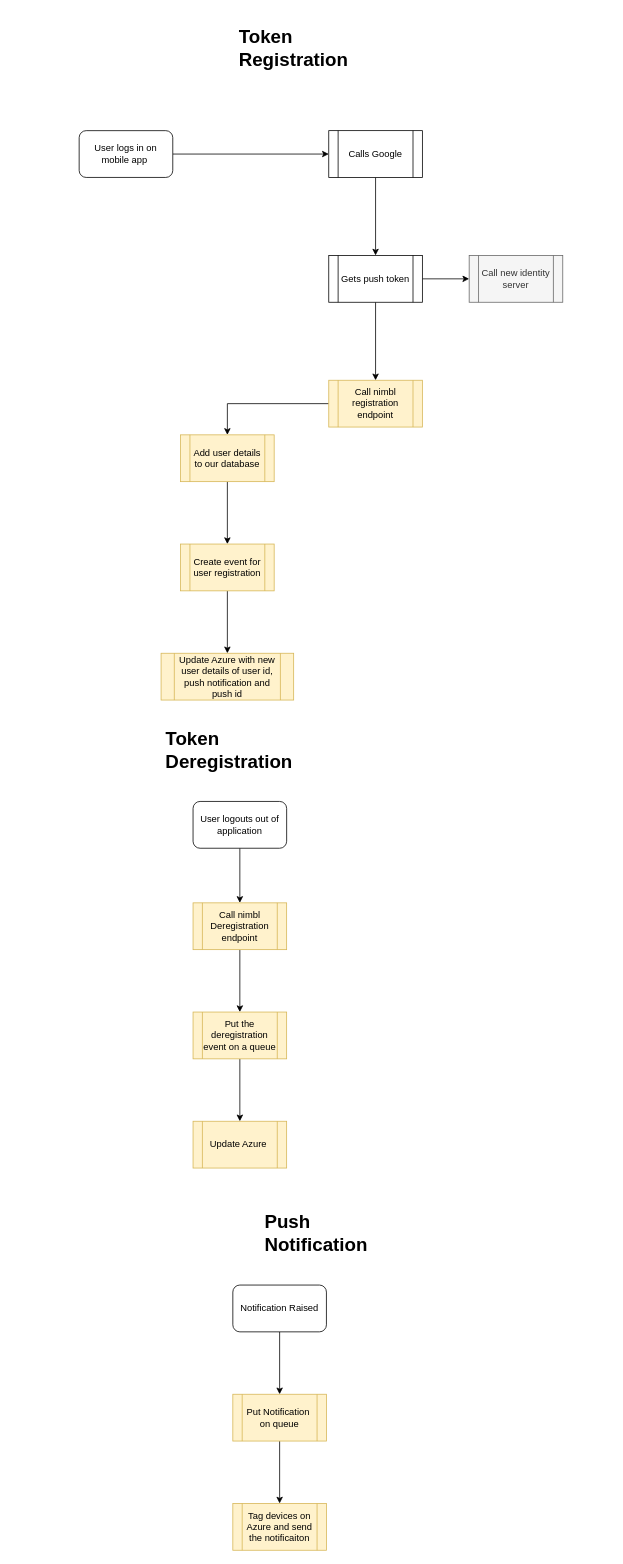
Above: CaxtonPushNotifications.drawio in mattwatts36/drawings (draw.io), before the change. Source tidied: cells renumbered, new cells numbered last; positions are measured from the earlier drawing's top-left corner, leaving out a move shared by most shapes. Both pictures are drawn from the tidied source at 78%, with x=0, y=0 at pixel (79, 21).
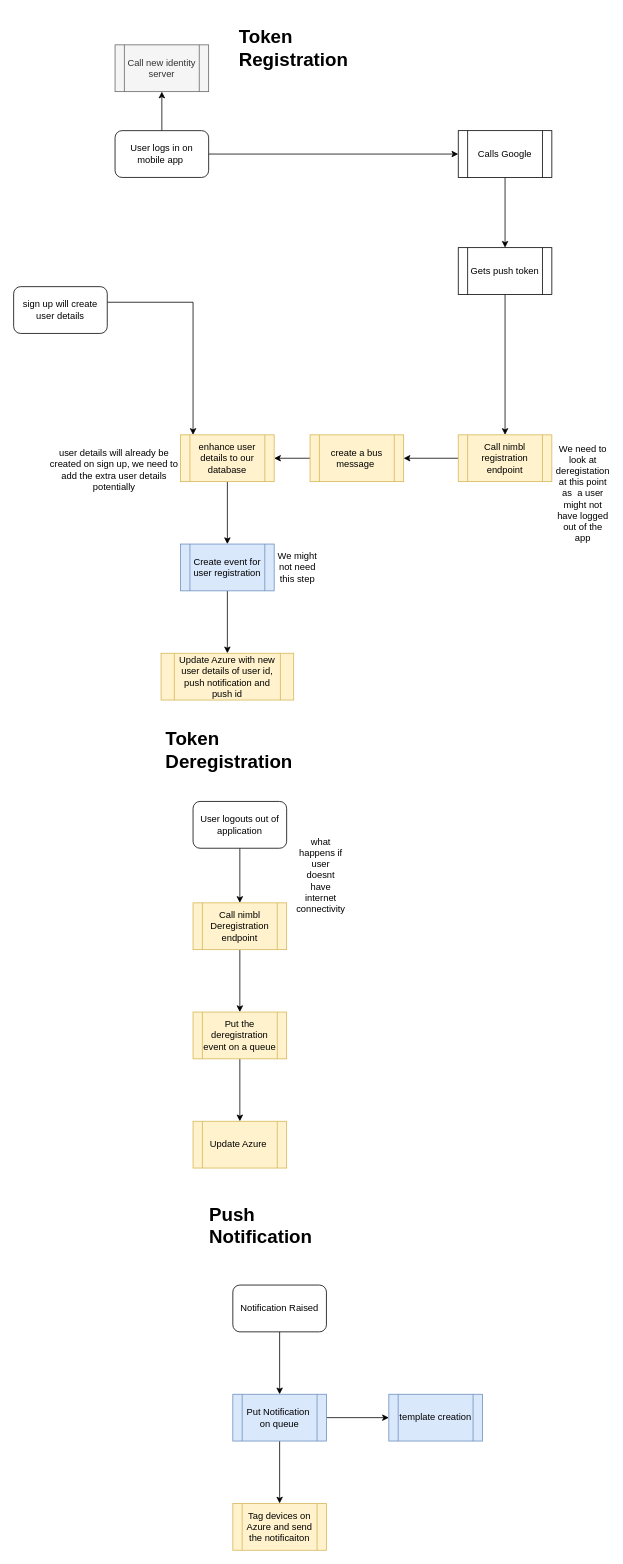
The same page after the edit.

Commit message:
add extra step for a bus message

Diff of the diagram source:
```diff
@@
+    <mxCell id="32" style="edgeStyle=orthogonalEdgeStyle;rounded=0;jettySize=auto;html=1;" parent="1" edge="1" source="3" target="13">
+      <mxGeometry relative="1" as="geometry" />
+    </mxCell>
     <mxCell id="3" value="User logs in on mobile app&amp;nbsp;" style="rounded=1;whiteSpace=wrap;html=1;" parent="1" vertex="1">
-      <mxGeometry y="140" width="120" height="60" as="geometry" />
+      <mxGeometry x="46" y="140" width="120" height="60" as="geometry" />
     </mxCell>
@@
     <mxCell id="5" value="Calls Google" style="shape=process;whiteSpace=wrap;html=1;backgroundOutline=1;" parent="1" vertex="1">
-      <mxGeometry x="320" y="140" width="120" height="60" as="geometry" />
+      <mxGeometry x="486" y="140" width="120" height="60" as="geometry" />
     </mxCell>
@@
-    <mxCell id="7" style="edgeStyle=orthogonalEdgeStyle;rounded=0;jettySize=auto;html=1;" parent="1" edge="1" source="8" target="13">
-      <mxGeometry relative="1" as="geometry" />
-    </mxCell>
     <mxCell id="8" value="Gets push token" style="shape=process;whiteSpace=wrap;html=1;backgroundOutline=1;" parent="1" vertex="1">
-      <mxGeometry x="320" y="300" width="120" height="60" as="geometry" />
+      <mxGeometry x="486" y="290" width="120" height="60" as="geometry" />
     </mxCell>
-    <mxCell id="9" style="edgeStyle=orthogonalEdgeStyle;rounded=0;jettySize=auto;html=1;entryX=0.5;entryY=0;entryDx=0;entryDy=0;" parent="1" edge="1" source="10" target="12">
-      <mxGeometry relative="1" as="geometry" />
-    </mxCell>
+    <mxCell id="33" style="edgeStyle=orthogonalEdgeStyle;rounded=0;jettySize=auto;html=1;" parent="1" edge="1" source="10" target="41">
+      <mxGeometry relative="1" as="geometry" />
+    </mxCell>
     <mxCell id="10" value="Call nimbl registration endpoint" style="shape=process;whiteSpace=wrap;html=1;backgroundOutline=1;fillColor=#fff2cc;strokeColor=#d6b656;" parent="1" vertex="1">
-      <mxGeometry x="320" y="460" width="120" height="60" as="geometry" />
+      <mxGeometry x="486" y="530" width="120" height="60" as="geometry" />
     </mxCell>
@@
-    <mxCell id="12" value="Add user details to our database" style="shape=process;whiteSpace=wrap;html=1;backgroundOutline=1;fillColor=#fff2cc;strokeColor=#d6b656;" parent="1" vertex="1">
+    <mxCell id="12" value="enhance user details to our database" style="shape=process;whiteSpace=wrap;html=1;backgroundOutline=1;fillColor=#fff2cc;strokeColor=#d6b656;" parent="1" vertex="1">
       <mxGeometry x="130" y="530" width="120" height="60" as="geometry" />
     </mxCell>
     <mxCell id="13" value="Call new identity server" style="shape=process;whiteSpace=wrap;html=1;backgroundOutline=1;fillColor=#f5f5f5;fontColor=#333333;strokeColor=#666666;" parent="1" vertex="1">
-      <mxGeometry x="500" y="300" width="120" height="60" as="geometry" />
+      <mxGeometry x="46" y="30" width="120" height="60" as="geometry" />
     </mxCell>
@@
-    <mxCell id="15" value="Create event for user registration" style="shape=process;whiteSpace=wrap;html=1;backgroundOutline=1;fillColor=#fff2cc;strokeColor=#d6b656;" parent="1" vertex="1">
+    <mxCell id="15" value="Create event for user registration" style="shape=process;whiteSpace=wrap;html=1;backgroundOutline=1;fillColor=#dae8fc;strokeColor=#6c8ebf;" parent="1" vertex="1">
       <mxGeometry x="130" y="670" width="120" height="60" as="geometry" />
     </mxCell>
@@
     <mxCell id="18" value="&lt;h1&gt;Push Notification&lt;/h1&gt;&lt;p&gt;&lt;br&gt;&lt;/p&gt;" style="text;html=1;strokeColor=none;fillColor=none;spacing=5;spacingTop=-20;whiteSpace=wrap;overflow=hidden;rounded=0;" parent="1" vertex="1">
-      <mxGeometry x="233" y="1520" width="190" height="70" as="geometry" />
+      <mxGeometry x="162" y="1510" width="190" height="70" as="geometry" />
     </mxCell>
@@
+    <mxCell id="34" style="edgeStyle=orthogonalEdgeStyle;rounded=0;jettySize=auto;html=1;" parent="1" edge="1" source="22" target="43">
+      <mxGeometry relative="1" as="geometry" />
+    </mxCell>
-    <mxCell id="22" value="Put Notification&amp;nbsp; on queue" style="shape=process;whiteSpace=wrap;html=1;backgroundOutline=1;fillColor=#fff2cc;strokeColor=#d6b656;" parent="1" vertex="1">
+    <mxCell id="22" value="Put Notification&amp;nbsp; on queue" style="shape=process;whiteSpace=wrap;html=1;backgroundOutline=1;fillColor=#dae8fc;strokeColor=#6c8ebf;" parent="1" vertex="1">
       <mxGeometry x="197" y="1760" width="120" height="60" as="geometry" />
     </mxCell>
@@
+    <mxCell id="35" style="edgeStyle=orthogonalEdgeStyle;rounded=0;jettySize=auto;html=1;" parent="1" edge="1" source="36" target="12">
+      <mxGeometry relative="1" as="geometry">
+        <Array as="points">
+          <mxPoint x="146" y="360" />
+        </Array>
+      </mxGeometry>
+    </mxCell>
+    <mxCell id="36" value="sign up will create user details" style="rounded=1;whiteSpace=wrap;html=1;" parent="1" vertex="1">
+      <mxGeometry x="-84" y="340" width="120" height="60" as="geometry" />
+    </mxCell>
+    <mxCell id="37" value="user details will already be created on sign up, we need to add the extra user details potentially" style="text;html=1;strokeColor=none;fillColor=none;align=center;verticalAlign=middle;whiteSpace=wrap;rounded=0;" parent="1" vertex="1">
+      <mxGeometry x="-40" y="560" width="170" height="30" as="geometry" />
+    </mxCell>
+    <mxCell id="38" value="We need to look at deregistation at this point as&amp;nbsp; a user might not have logged out of the app" style="text;html=1;strokeColor=none;fillColor=none;align=center;verticalAlign=middle;whiteSpace=wrap;rounded=0;" parent="1" vertex="1">
+      <mxGeometry x="616" y="590" width="60" height="30" as="geometry" />
+    </mxCell>
+    <mxCell id="39" value="We might not need this step" style="text;html=1;strokeColor=none;fillColor=none;align=center;verticalAlign=middle;whiteSpace=wrap;rounded=0;" parent="1" vertex="1">
+      <mxGeometry x="250" y="685" width="60" height="30" as="geometry" />
+    </mxCell>
+    <mxCell id="40" style="edgeStyle=orthogonalEdgeStyle;rounded=0;jettySize=auto;html=1;" parent="1" edge="1" source="41" target="12">
+      <mxGeometry relative="1" as="geometry" />
+    </mxCell>
+    <mxCell id="41" value="create a bus message&amp;nbsp;" style="shape=process;whiteSpace=wrap;html=1;backgroundOutline=1;fillColor=#fff2cc;strokeColor=#d6b656;" parent="1" vertex="1">
+      <mxGeometry x="296" y="530" width="120" height="60" as="geometry" />
+    </mxCell>
+    <mxCell id="42" value="what happens if user doesnt have internet connectivity" style="text;html=1;strokeColor=none;fillColor=none;align=center;verticalAlign=middle;whiteSpace=wrap;rounded=0;" parent="1" vertex="1">
+      <mxGeometry x="280" y="1080" width="60" height="30" as="geometry" />
+    </mxCell>
+    <mxCell id="43" value="template creation" style="shape=process;whiteSpace=wrap;html=1;backgroundOutline=1;fillColor=#dae8fc;strokeColor=#6c8ebf;" parent="1" vertex="1">
+      <mxGeometry x="397" y="1760" width="120" height="60" as="geometry" />
+    </mxCell>
```
